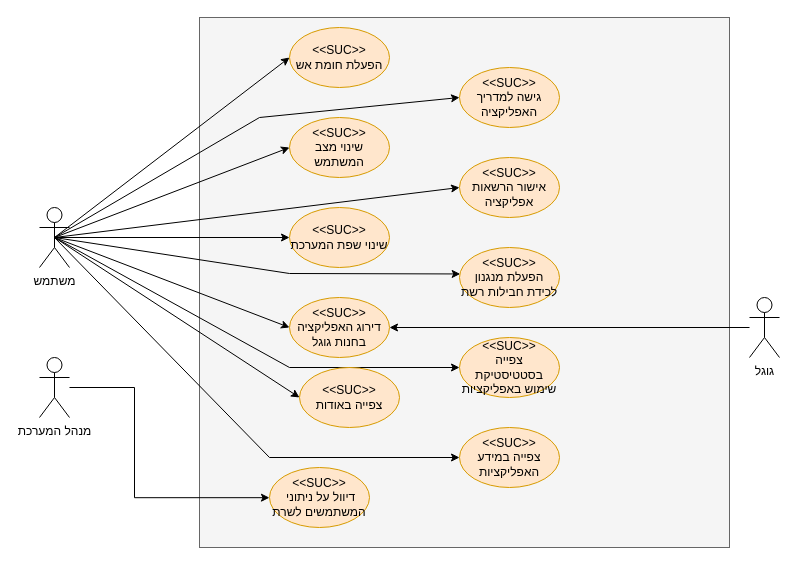
devmf027/CyberWall keeps this draw.io diagram as SRS/activity_diagrams/SUC diagram.drawio. Above is the earlier version. Source tidied: cells renumbered, new cells numbered last; positions are measured from the earlier drawing's top-left corner, leaving out a move shared by most shapes. Both pictures are drawn from the tidied source at 100%, with x=0, y=0 at pixel (39, 17).
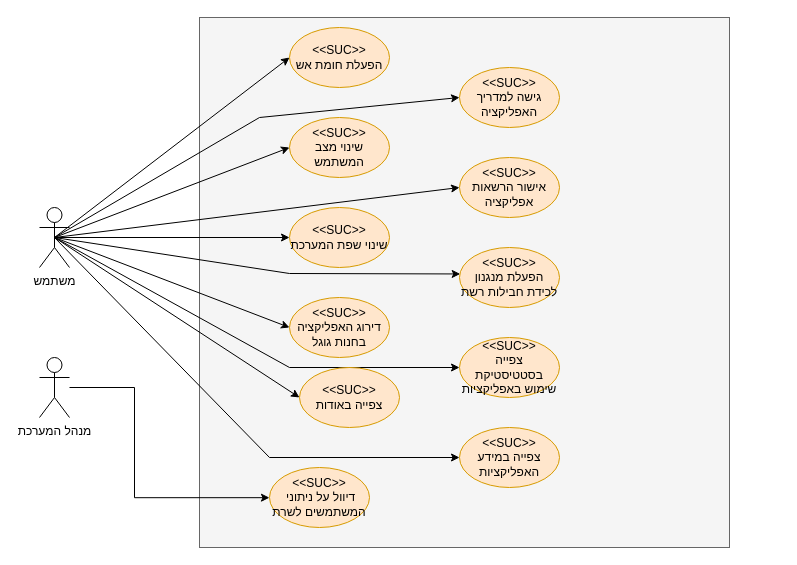
The same page after the edit.

Unchanged cells that the change refers to:
```xml
<mxCell id="7" value="&lt;font style=&quot;font-size: 12px&quot;&gt;&amp;lt;&amp;lt;SUC&amp;gt;&amp;gt;&lt;br&gt;דירוג האפליקציה בחנות גוגל&lt;br&gt;&lt;/font&gt;" style="ellipse;whiteSpace=wrap;html=1;fillColor=#ffe6cc;strokeColor=#d79b00;" parent="1" vertex="1">
  <mxGeometry x="250" y="280" width="100" height="60" as="geometry" />
</mxCell>
```

The edit, as a diff of the source:
```diff
@@
-    <mxCell id="23" style="edgeStyle=orthogonalEdgeStyle;rounded=0;jettySize=auto;html=1;entryX=1;entryY=0.5;entryDx=0;entryDy=0;fontFamily=Helvetica;fontSize=12;" parent="1" edge="1" source="24" target="7">
-      <mxGeometry relative="1" as="geometry" />
-    </mxCell>
-    <mxCell id="24" value="גוגל" style="shape=umlActor;verticalLabelPosition=bottom;verticalAlign=top;html=1;outlineConnect=0;" parent="1" vertex="1">
-      <mxGeometry x="710" y="280" width="30" height="60" as="geometry" />
-    </mxCell>
```
